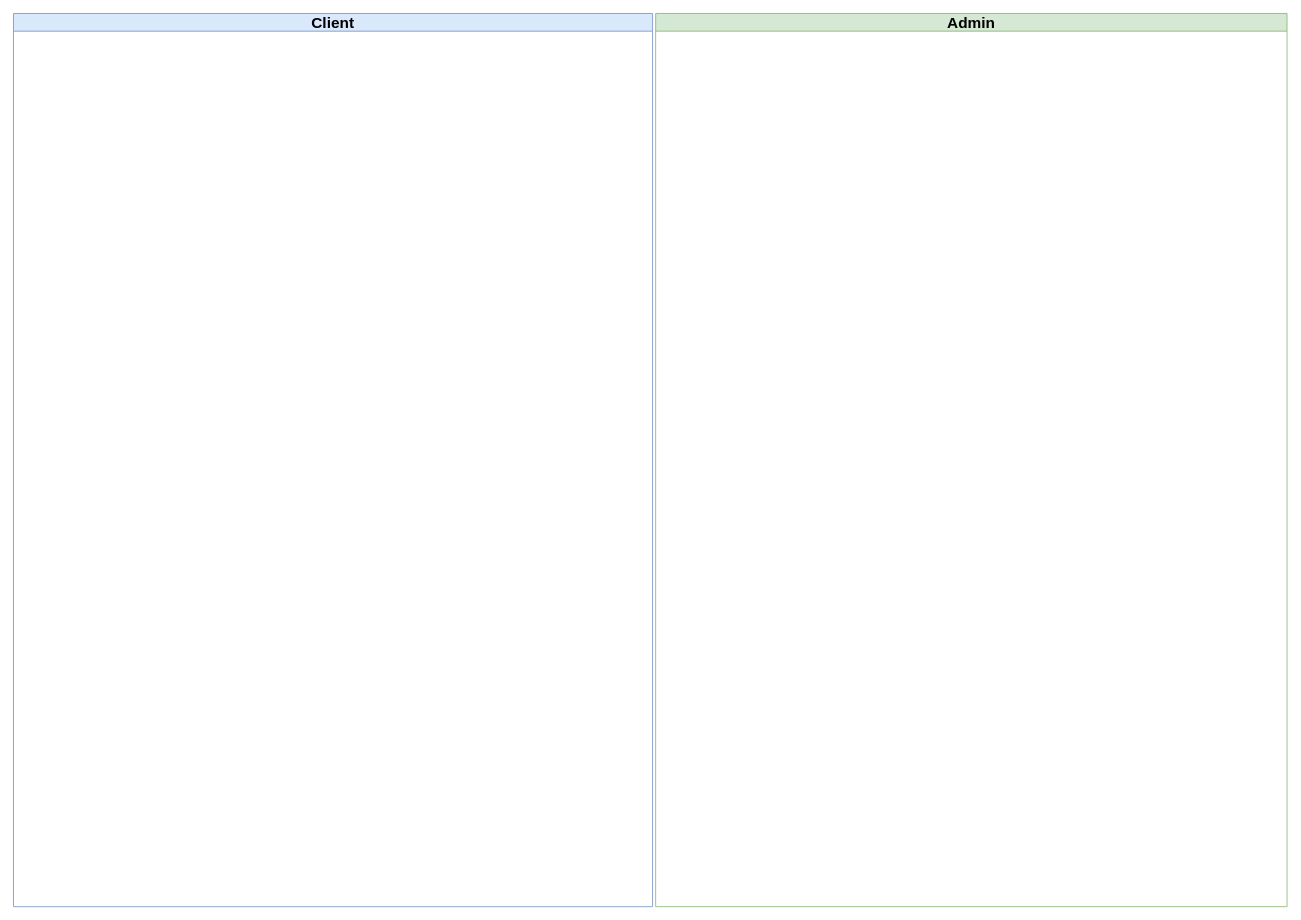
Before: guides/Asherr Portal Design.drawio in wackybuddy/asherr-panel, a draw.io diagram. Source tidied: cells renumbered, new cells numbered last; positions are measured from the earlier drawing's top-left corner, leaving out a move shared by most shapes. Both pictures are drawn from the tidied source at 77%, with x=0, y=0 at pixel (13, 13).
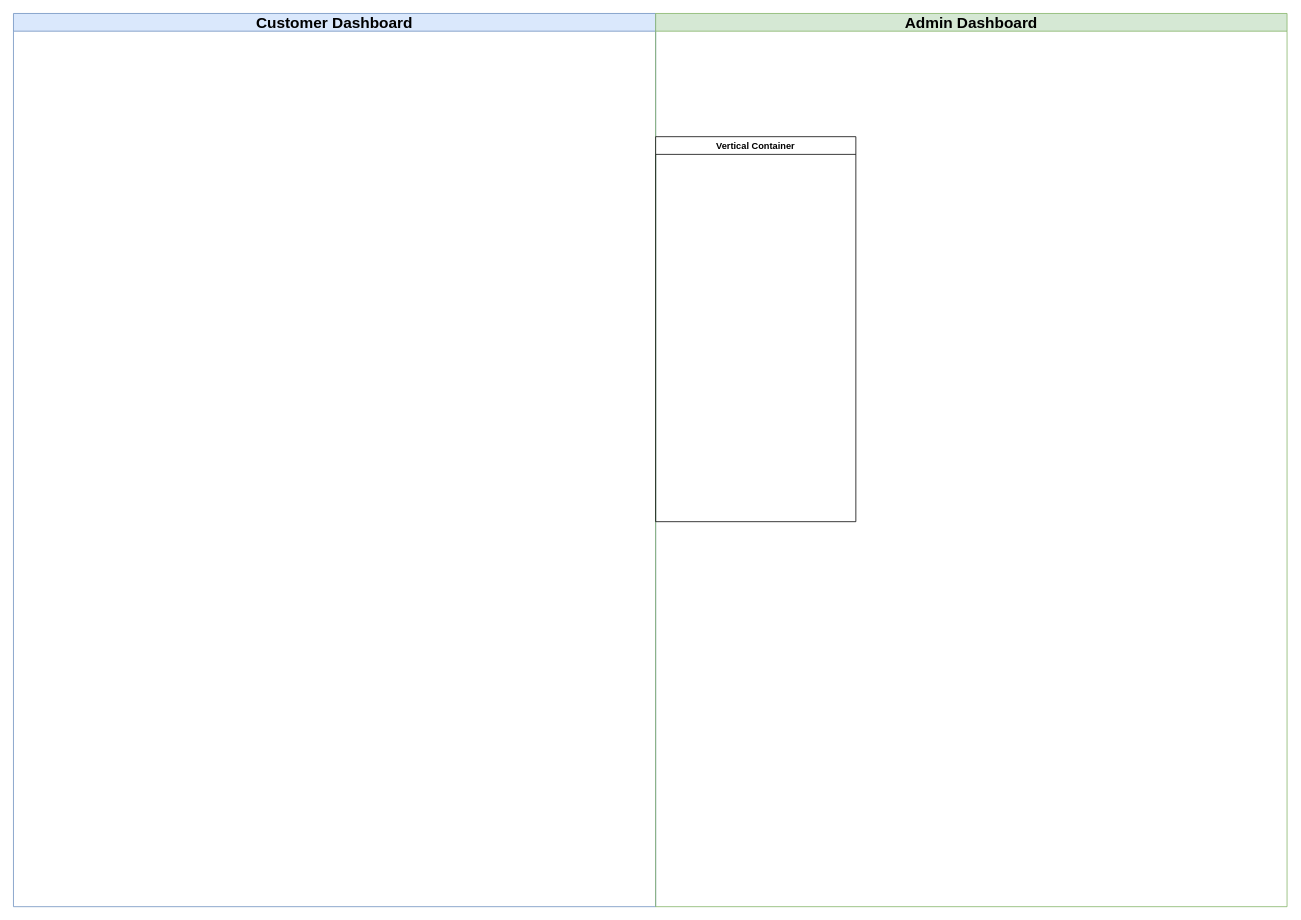
Above is the later version.

The edit, as a diff of the source:
```diff
@@
 <mxGraphModel>
   <root>
     <mxCell id="0" />
     <mxCell id="1" parent="0" />
-    <mxCell id="2" value="Client" style="swimlane;whiteSpace=wrap;html=1;fillColor=#dae8fc;strokeColor=#6c8ebf;fontSize=20;horizontal=1;fontFamily=Helvetica;" parent="1" vertex="1">
-      <mxGeometry width="830" height="1160" as="geometry" />
+    <mxCell id="2" value="Customer Dashboard" style="swimlane;whiteSpace=wrap;html=1;fillColor=#dae8fc;strokeColor=#6c8ebf;fontSize=20;horizontal=1;fontFamily=Helvetica;" parent="1" vertex="1">
+      <mxGeometry width="834" height="1160" as="geometry" />
     </mxCell>
-    <mxCell id="3" value="Admin" style="swimlane;whiteSpace=wrap;html=1;fillColor=#d5e8d4;strokeColor=#82b366;fontSize=20;" parent="1" vertex="1">
+    <mxCell id="3" value="Admin Dashboard" style="swimlane;whiteSpace=wrap;html=1;fillColor=#d5e8d4;strokeColor=#82b366;fontSize=20;" parent="1" vertex="1">
       <mxGeometry x="834" width="820" height="1160" as="geometry" />
     </mxCell>
+    <mxCell id="4" value="Vertical Container" style="swimlane;whiteSpace=wrap;html=1;" parent="3" vertex="1">
+      <mxGeometry y="160" width="260" height="500" as="geometry" />
+    </mxCell>
   </root>
 </mxGraphModel>
```
